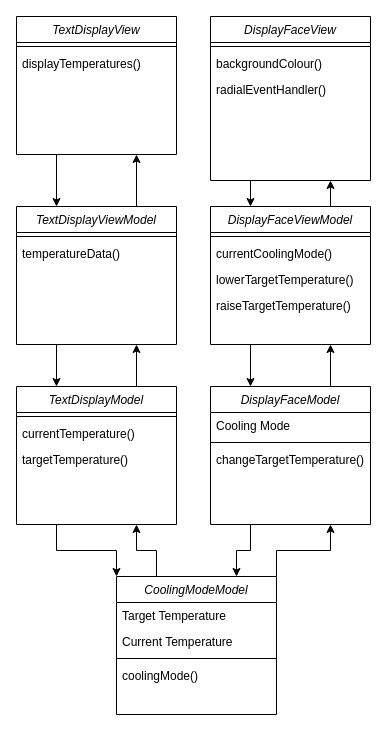
The draw.io diagram documents/Untitled Diagram (6).drawio in adileyzekmoon/CS3249_Assignment3, before the edit. Source tidied: cells renumbered, new cells numbered last; positions are measured from the earlier drawing's top-left corner, leaving out a move shared by most shapes. Both pictures are drawn from the tidied source at 100%, with x=0, y=0 at pixel (16, 16).
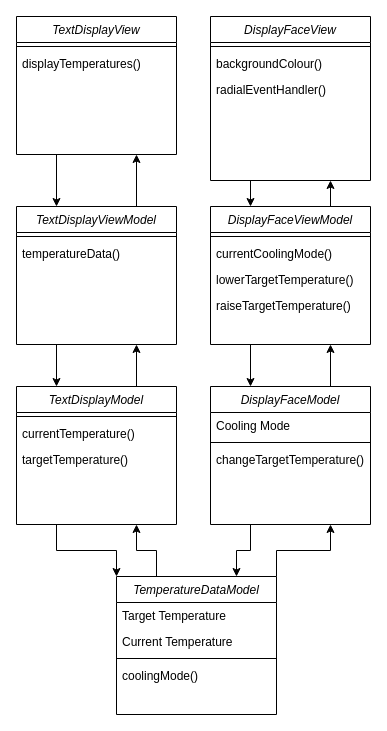
Above is the later version.

What changed in the source:
```diff
@@
-    <mxCell id="29" value="CoolingModeModel" style="swimlane;fontStyle=2;align=center;verticalAlign=top;horizontal=1;startSize=26;rounded=0;shadow=0;strokeWidth=1;" parent="1" vertex="1">
+    <mxCell id="29" value="TemperatureDataModel" style="swimlane;fontStyle=2;align=center;verticalAlign=top;horizontal=1;startSize=26;rounded=0;shadow=0;strokeWidth=1;" parent="1" vertex="1">
       <mxGeometry x="100" y="560" width="160" height="138" as="geometry" />
     </mxCell>
```
